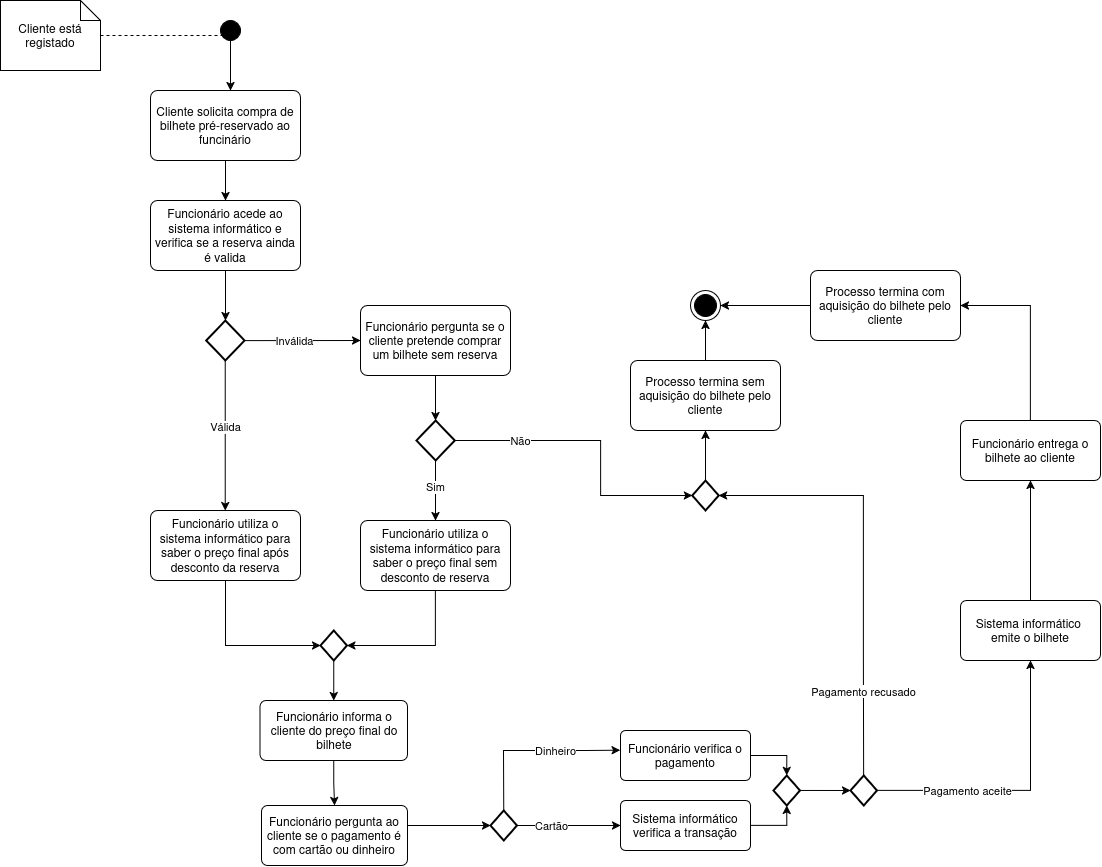
Above: UML_Atividades.drawio.png in leorsd/ESOF_UML (draw.io), before the change. Source tidied: cells renumbered, new cells last; positions are measured from the earlier drawing's top-left corner, leaving out a move shared by most shapes.
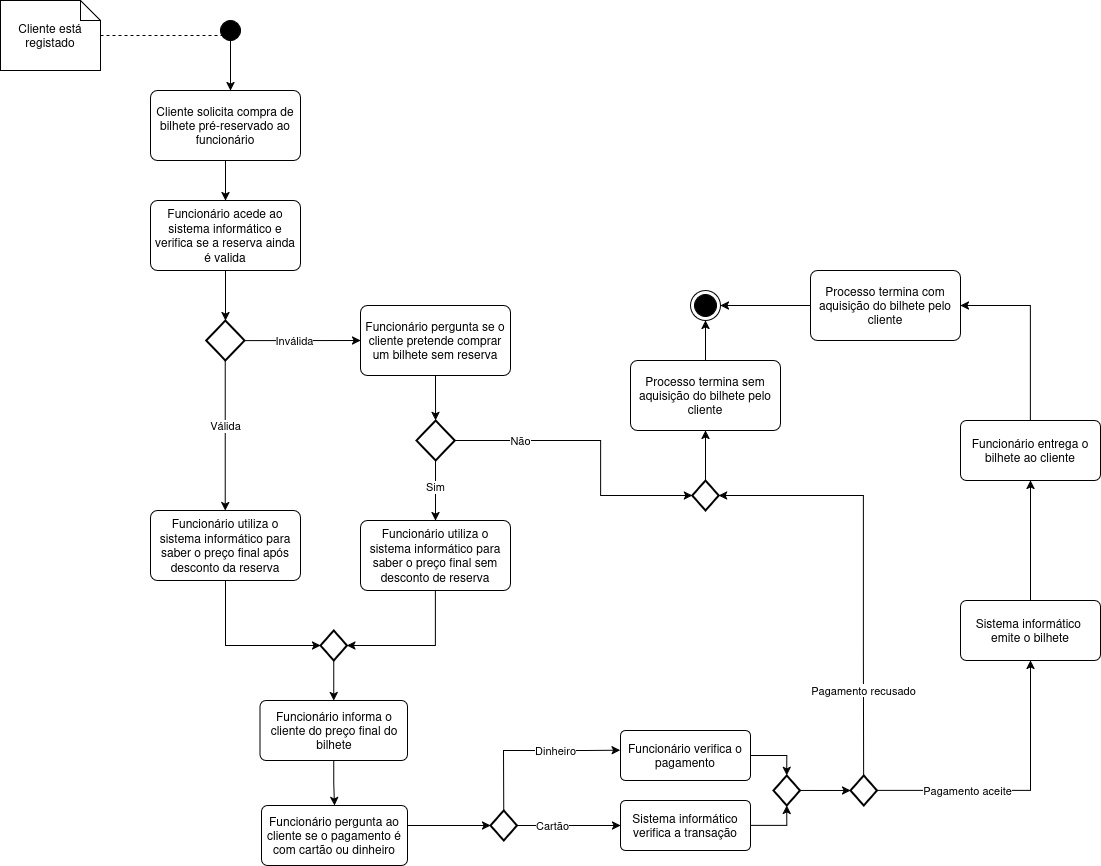
The same diagram one commit later.

Change to the diagram source:
```diff
@@ -19,7 +19,7 @@
     <mxCell id="5" style="edgeStyle=orthogonalEdgeStyle;rounded=0;jettySize=auto;html=1;" parent="1" edge="1" source="6" target="7">
       <mxGeometry relative="1" as="geometry" />
     </mxCell>
-    <mxCell id="6" value="Cliente solicita compra de bilhete pré-reservado ao funcinário" style="rounded=1;arcSize=10;whiteSpace=wrap;html=1;align=center;" parent="1" vertex="1">
+    <mxCell id="6" value="&lt;div&gt;Cliente solicita compra de bilhete pré-reservado ao funcionário&lt;/div&gt;" style="rounded=1;arcSize=10;whiteSpace=wrap;html=1;align=center;" parent="1" vertex="1">
       <mxGeometry x="150" y="90" width="150" height="70" as="geometry" />
     </mxCell>
     <mxCell id="7" value="Funcionário acede ao sistema informático e verifica se a reserva ainda é valida" style="rounded=1;arcSize=10;whiteSpace=wrap;html=1;align=center;" parent="1" vertex="1">
```
